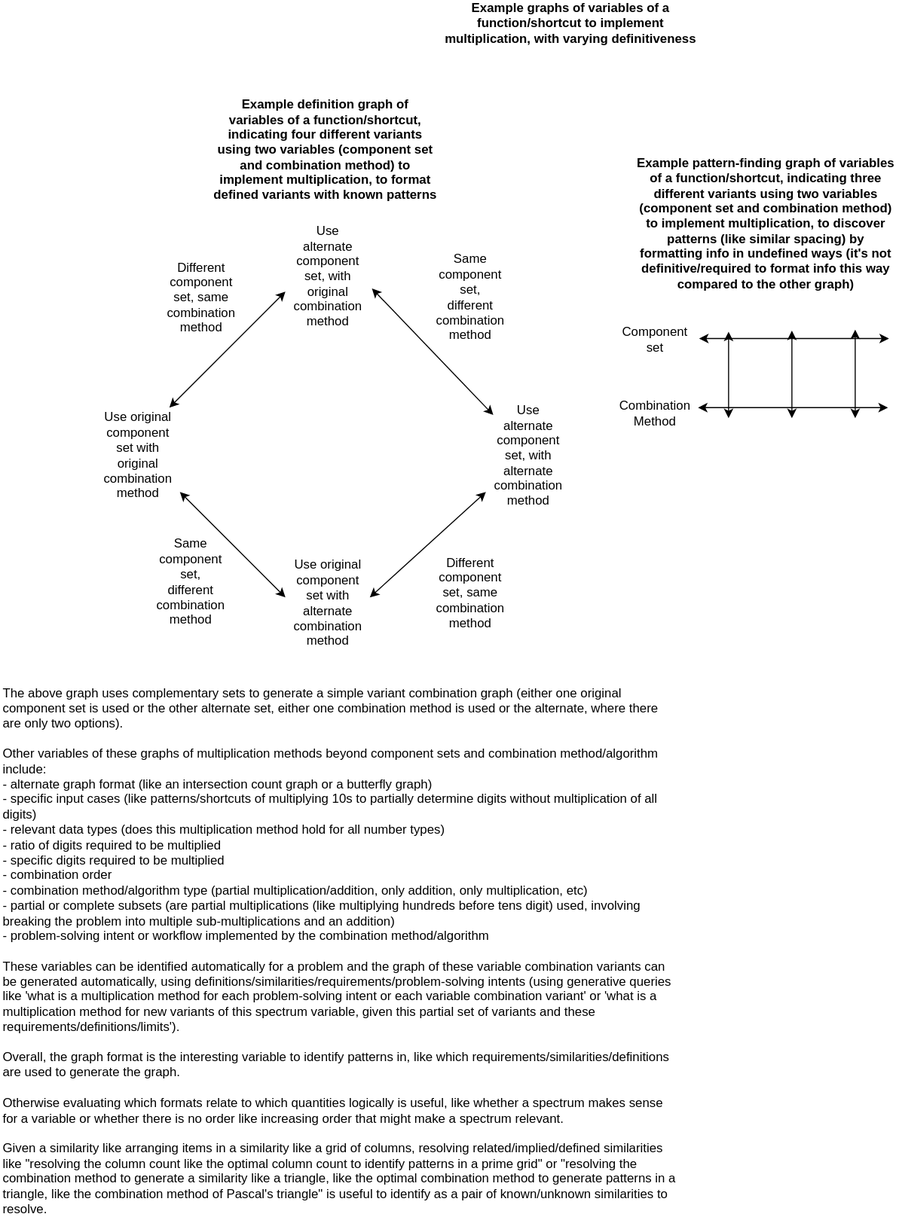
Above: docs/objects/example_multiplication_method_graphs.drawio.svg in outdreamer/build-a-cure (draw.io), before the change. Source tidied: cells renumbered, new cells last; positions are measured from the earlier drawing's top-left corner, leaving out a move shared by most shapes.
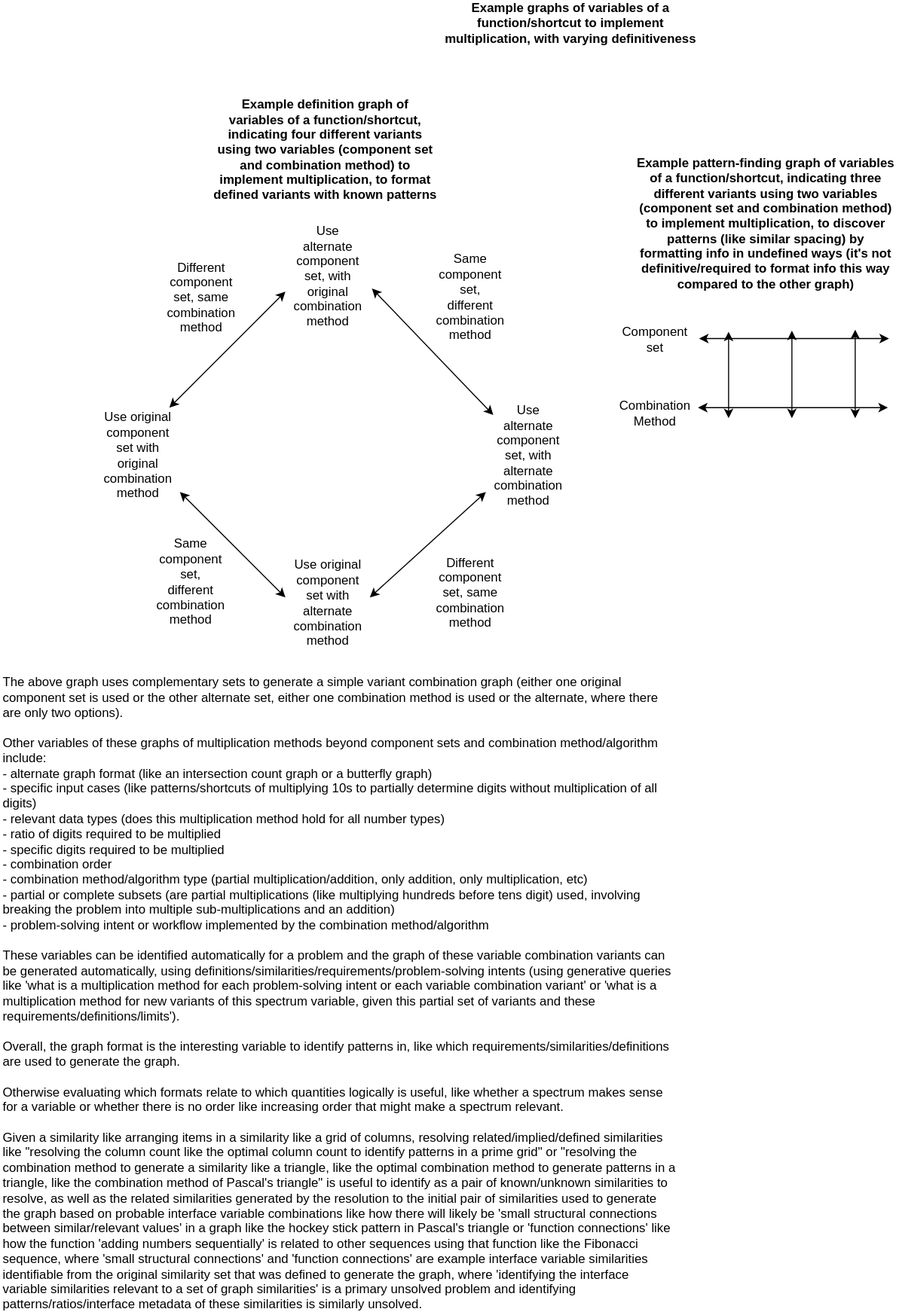
The same diagram one commit later.

Change to the diagram source:
```diff
@@ -95,8 +95,8 @@
     <mxCell id="23" value="&lt;b&gt;Example graphs of variables of a function/shortcut to implement multiplication, with varying definitiveness&lt;/b&gt;" style="text;html=1;align=center;verticalAlign=middle;whiteSpace=wrap;rounded=0;" parent="1" vertex="1">
       <mxGeometry x="415" width="250" height="30" as="geometry" />
     </mxCell>
-    <mxCell id="24" value="&lt;div&gt;&lt;div&gt;The above graph uses complementary sets to generate a simple variant combination graph (either one original component set is used or the other alternate set, either one combination method is used or the alternate, where there are only two options).&lt;/div&gt;&lt;div&gt;&lt;br&gt;&lt;/div&gt;&lt;/div&gt;Other variables of these graphs of multiplication methods beyond component sets and combination method/algorithm include:&amp;nbsp;&lt;div&gt;- alternate graph format (like an intersection count graph or a butterfly graph)&lt;/div&gt;&lt;div&gt;- specific input cases (like patterns/shortcuts of multiplying 10s to partially determine digits without multiplication of all digits)&lt;/div&gt;&lt;div&gt;- relevant data types (does this multiplication method hold for all number types)&lt;/div&gt;&lt;div&gt;- ratio of digits required to be multiplied&lt;/div&gt;&lt;div&gt;- specific digits required to be multiplied&lt;/div&gt;&lt;div&gt;- combination order&lt;/div&gt;&lt;div&gt;- combination method/&lt;span style=&quot;background-color: transparent; color: light-dark(rgb(0, 0, 0), rgb(255, 255, 255));&quot;&gt;algorithm&lt;/span&gt;&lt;span style=&quot;background-color: transparent; color: light-dark(rgb(0, 0, 0), rgb(255, 255, 255));&quot;&gt;&amp;nbsp;type (partial multiplication/addition, only addition, only multiplication, etc)&lt;/span&gt;&lt;/div&gt;&lt;div&gt;- partial or complete subsets (are partial multiplications (like multiplying hundreds before tens digit) used, involving breaking the problem into multiple sub-multiplications and an addition)&lt;/div&gt;&lt;div&gt;- problem-solving intent or workflow implemented by the combination method/algorithm&lt;/div&gt;&lt;div&gt;&lt;br&gt;&lt;/div&gt;&lt;div&gt;These variables can be identified automatically for a problem and the graph of these variable combination variants can be generated automatically, using definitions/similarities/requirements/problem-solving intents (using generative queries like 'what is a multiplication method for each problem-solving intent or each variable combination variant' or 'what is a multiplication method for new variants of this spectrum variable, given this partial set of variants and these requirements/definitions/limits').&lt;/div&gt;&lt;div&gt;&lt;br&gt;&lt;/div&gt;&lt;div&gt;Overall, the graph format is the interesting variable to identify patterns in, like which requirements/similarities/definitions are used to generate the graph.&lt;/div&gt;&lt;div&gt;&lt;br&gt;&lt;/div&gt;&lt;div&gt;Otherwise evaluating which formats relate to which quantities logically is useful, like whether a spectrum makes sense for a variable or whether there is no order like increasing order that might make a spectrum relevant.&lt;/div&gt;&lt;div&gt;&lt;br&gt;&lt;/div&gt;&lt;div&gt;Given a similarity like arranging items in a similarity like a grid of columns, resolving related/implied/defined similarities like &quot;resolving the column count like the optimal column count to identify patterns in a prime grid&quot; or &quot;resolving the combination method to generate a similarity like a triangle, like the optimal combination method to generate patterns in a triangle, like the combination method of Pascal's triangle&quot; is useful to identify as a pair of known/unknown similarities to resolve.&lt;/div&gt;" style="text;html=1;align=left;verticalAlign=middle;whiteSpace=wrap;rounded=0;" parent="1" vertex="1">
-      <mxGeometry y="880" width="640" height="30" as="geometry" />
+    <mxCell id="24" value="&lt;div&gt;&lt;div&gt;The above graph uses complementary sets to generate a simple variant combination graph (either one original component set is used or the other alternate set, either one combination method is used or the alternate, where there are only two options).&lt;/div&gt;&lt;div&gt;&lt;br&gt;&lt;/div&gt;&lt;/div&gt;Other variables of these graphs of multiplication methods beyond component sets and combination method/algorithm include:&amp;nbsp;&lt;div&gt;- alternate graph format (like an intersection count graph or a butterfly graph)&lt;/div&gt;&lt;div&gt;- specific input cases (like patterns/shortcuts of multiplying 10s to partially determine digits without multiplication of all digits)&lt;/div&gt;&lt;div&gt;- relevant data types (does this multiplication method hold for all number types)&lt;/div&gt;&lt;div&gt;- ratio of digits required to be multiplied&lt;/div&gt;&lt;div&gt;- specific digits required to be multiplied&lt;/div&gt;&lt;div&gt;- combination order&lt;/div&gt;&lt;div&gt;- combination method/&lt;span style=&quot;background-color: transparent; color: light-dark(rgb(0, 0, 0), rgb(255, 255, 255));&quot;&gt;algorithm&lt;/span&gt;&lt;span style=&quot;background-color: transparent; color: light-dark(rgb(0, 0, 0), rgb(255, 255, 255));&quot;&gt;&amp;nbsp;type (partial multiplication/addition, only addition, only multiplication, etc)&lt;/span&gt;&lt;/div&gt;&lt;div&gt;- partial or complete subsets (are partial multiplications (like multiplying hundreds before tens digit) used, involving breaking the problem into multiple sub-multiplications and an addition)&lt;/div&gt;&lt;div&gt;- problem-solving intent or workflow implemented by the combination method/algorithm&lt;/div&gt;&lt;div&gt;&lt;br&gt;&lt;/div&gt;&lt;div&gt;These variables can be identified automatically for a problem and the graph of these variable combination variants can be generated automatically, using definitions/similarities/requirements/problem-solving intents (using generative queries like 'what is a multiplication method for each problem-solving intent or each variable combination variant' or 'what is a multiplication method for new variants of this spectrum variable, given this partial set of variants and these requirements/definitions/limits').&lt;/div&gt;&lt;div&gt;&lt;br&gt;&lt;/div&gt;&lt;div&gt;Overall, the graph format is the interesting variable to identify patterns in, like which requirements/similarities/definitions are used to generate the graph.&lt;/div&gt;&lt;div&gt;&lt;br&gt;&lt;/div&gt;&lt;div&gt;Otherwise evaluating which formats relate to which quantities logically is useful, like whether a spectrum makes sense for a variable or whether there is no order like increasing order that might make a spectrum relevant.&lt;/div&gt;&lt;div&gt;&lt;br&gt;&lt;/div&gt;&lt;div&gt;Given a similarity like arranging items in a similarity like a grid of columns, resolving related/implied/defined similarities like &quot;resolving the column count like the optimal column count to identify patterns in a prime grid&quot; or &quot;resolving the combination method to generate a similarity like a triangle, like the optimal combination method to generate patterns in a triangle, like the combination method of Pascal's triangle&quot; is useful to identify as a pair of known/unknown similarities to resolve, as well as the related similarities generated by the resolution to the initial pair of similarities used to generate the graph based on probable interface variable combinations like how there will likely be 'small structural connections between similar/relevant values' in a graph like the hockey stick pattern in Pascal's triangle or 'function connections' like how the function 'adding numbers sequentially' is related to other sequences using that function like the Fibonacci sequence, where 'small structural connections' and 'function connections' are example interface variable similarities identifiable from the original similarity set that was defined to generate the graph, where 'identifying the interface variable similarities relevant to a set of graph similarities' is a primary unsolved problem and identifying patterns/ratios/interface metadata of these similarities is similarly unsolved.&lt;/div&gt;" style="text;html=1;align=left;verticalAlign=middle;whiteSpace=wrap;rounded=0;" parent="1" vertex="1">
+      <mxGeometry y="920" width="640" height="30" as="geometry" />
     </mxCell>
   </root>
 </mxGraphModel>
```
